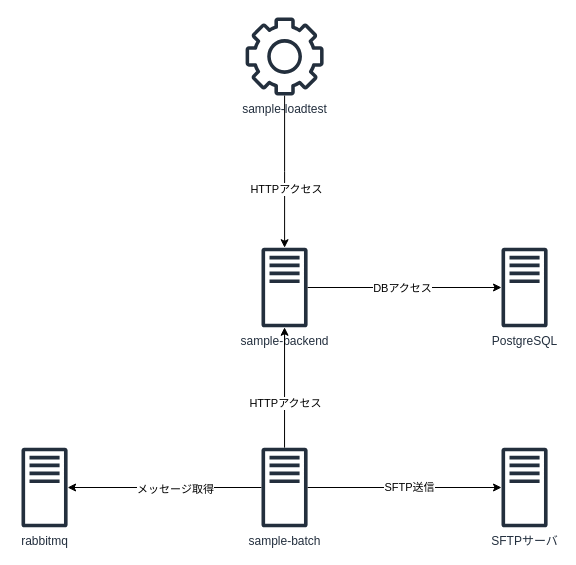
The draw.io diagram fig.drawio in summergirlna/sample-parent, before the edit. Source tidied: cells renumbered, new cells numbered last; positions are measured from the earlier drawing's top-left corner, leaving out a move shared by most shapes. Both pictures are drawn from the tidied source at 100%, with x=0, y=0 at pixel (21, 17).
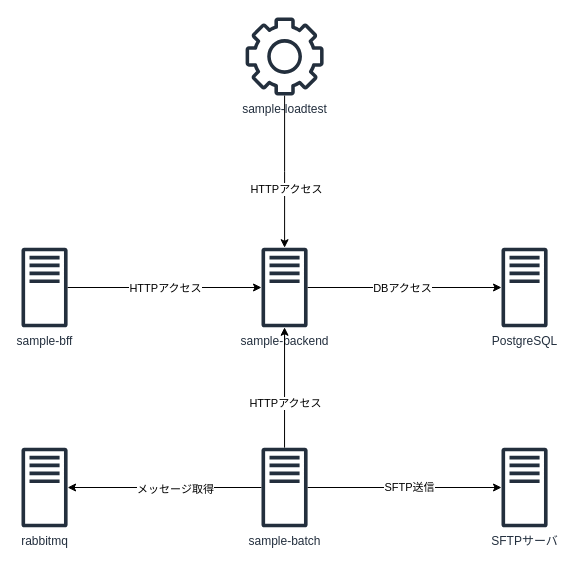
The same page after the edit.

Commit message:
Update architecture diagram with RabbitMQ and sample BFF integration

Unchanged cells that the change refers to:
```xml
<mxCell id="4" value="sample-backend" style="sketch=0;outlineConnect=0;fontColor=#232F3E;gradientColor=none;fillColor=#232F3D;strokeColor=none;dashed=0;verticalLabelPosition=bottom;verticalAlign=top;align=center;html=1;fontSize=12;fontStyle=0;shape=mxgraph.aws4.traditional_server;" parent="1" vertex="1">
  <mxGeometry x="240" y="230" width="46.1" height="80" as="geometry" />
</mxCell>
```

Diff of the diagram source:
```diff
@@
+    <mxCell id="18" style="edgeStyle=orthogonalEdgeStyle;rounded=0;jettySize=auto;html=1;" parent="1" edge="1" source="20" target="4">
+      <mxGeometry relative="1" as="geometry" />
+    </mxCell>
+    <mxCell id="19" value="HTTPアクセス" style="edgeLabel;html=1;align=center;verticalAlign=middle;" parent="18" vertex="1">
+      <mxGeometry x="0.26" y="-2" relative="1" as="geometry">
+        <mxPoint x="-25" y="-2" as="offset" />
+      </mxGeometry>
+    </mxCell>
+    <mxCell id="20" value="sample-bff" style="sketch=0;outlineConnect=0;fontColor=#232F3E;gradientColor=none;fillColor=#232F3D;strokeColor=none;dashed=0;verticalLabelPosition=bottom;verticalAlign=top;align=center;html=1;fontSize=12;fontStyle=0;shape=mxgraph.aws4.traditional_server;" parent="1" vertex="1">
+      <mxGeometry y="230" width="46.1" height="80" as="geometry" />
+    </mxCell>
```
